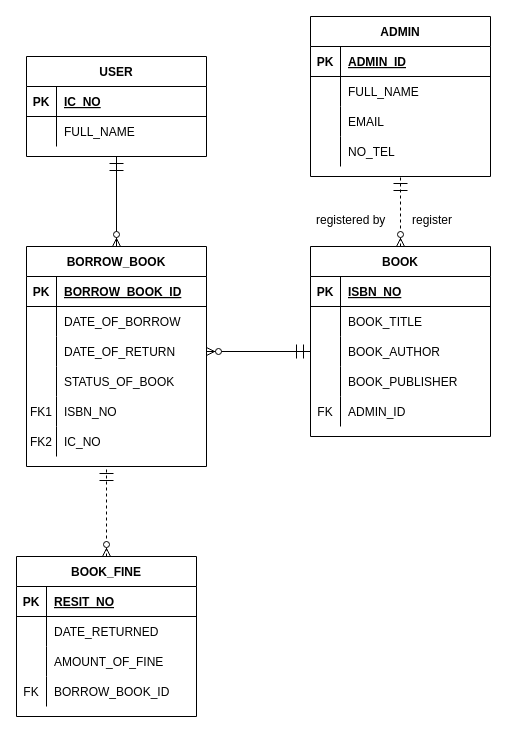
This is Untitled Diagram.drawio from nurezzajeslin/Week2, a draw.io file, before an edit. Source tidied: cells renumbered, new cells numbered last; positions are measured from the earlier drawing's top-left corner, leaving out a move shared by most shapes. Both pictures are drawn from the tidied source at 100%, with x=0, y=0 at pixel (16, 16).
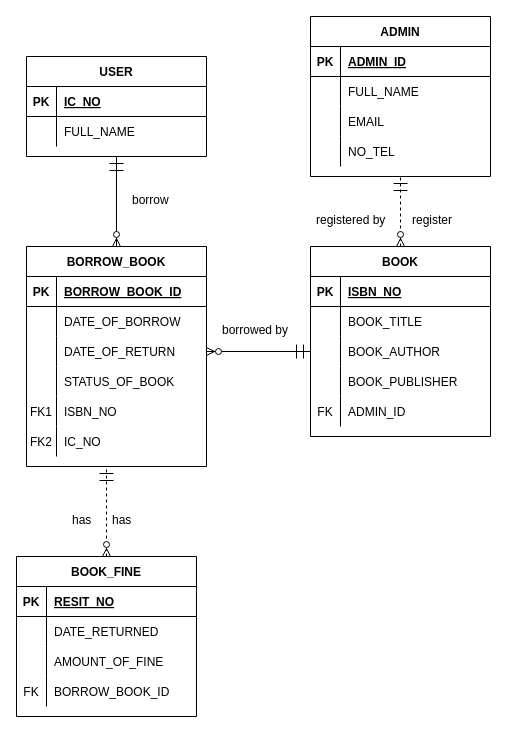
The same diagram, later.

Diff of the diagram source:
```diff
@@
+    <mxCell id="76" value="borrow" style="text;strokeColor=none;fillColor=none;align=left;verticalAlign=top;spacingLeft=4;spacingRight=4;overflow=hidden;" parent="1" vertex="1">
+      <mxGeometry x="110" y="170" width="100" height="26" as="geometry" />
+    </mxCell>
+    <mxCell id="77" value="borrowed by" style="text;strokeColor=none;fillColor=none;align=left;verticalAlign=top;spacingLeft=4;spacingRight=4;overflow=hidden;" parent="1" vertex="1">
+      <mxGeometry x="200" y="300" width="100" height="26" as="geometry" />
+    </mxCell>
+    <mxCell id="78" value="has" style="text;strokeColor=none;fillColor=none;align=left;verticalAlign=top;spacingLeft=4;spacingRight=4;overflow=hidden;" parent="1" vertex="1">
+      <mxGeometry x="90" y="490" width="100" height="26" as="geometry" />
+    </mxCell>
+    <mxCell id="79" value="has" style="text;strokeColor=none;fillColor=none;align=left;verticalAlign=top;spacingLeft=4;spacingRight=4;overflow=hidden;" parent="1" vertex="1">
+      <mxGeometry x="50" y="490" width="100" height="26" as="geometry" />
+    </mxCell>
```
